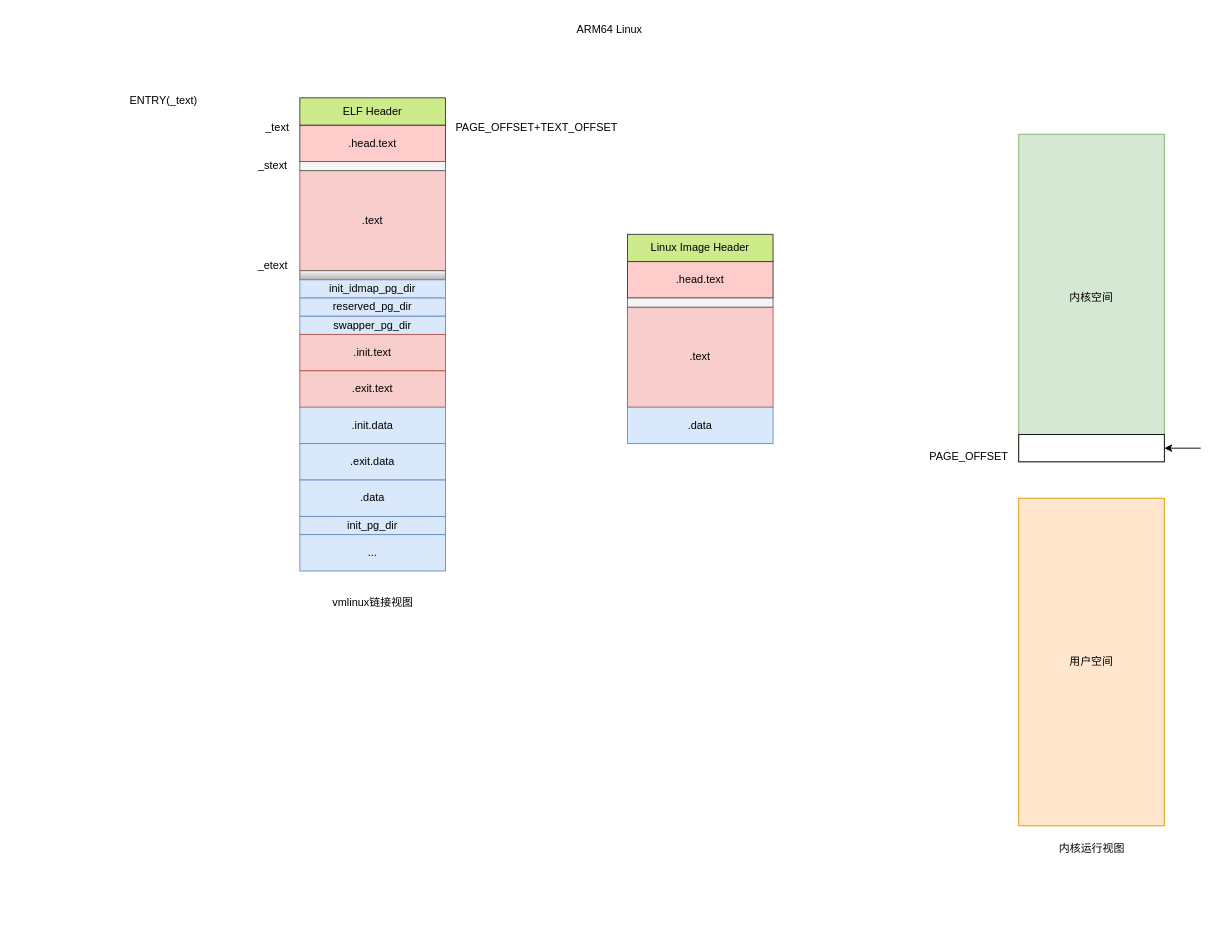
Earlier version of the draw.io diagram page "第 1 页" (1 of 2) of linux/linux_boot.drawio (Aspiresky/draw.io). Source tidied: cells renumbered, new cells numbered last; positions are measured from the earlier drawing's top-left corner, leaving out a move shared by most shapes. Both pictures are drawn from the tidied source at 91%, with x=0, y=0 at pixel (117, 15).
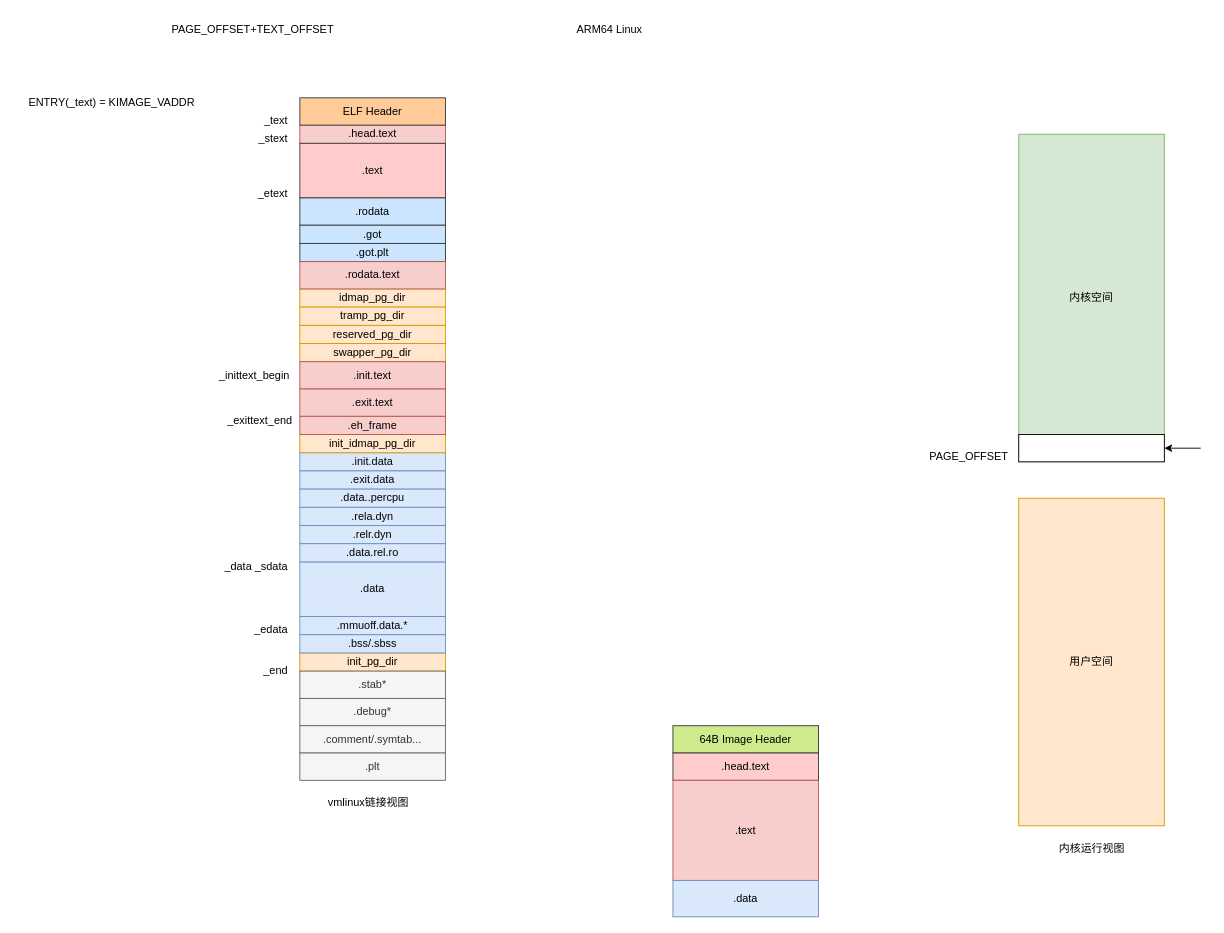
After the change.

The edit, as a diff of the source:
```diff
@@
-    <mxCell id="2" value=".head.text" style="rounded=0;whiteSpace=wrap;html=1;fillColor=#ffcccc;strokeColor=#36393d;" parent="1" vertex="1">
-      <mxGeometry x="200" y="120" width="160" height="40" as="geometry" />
+    <mxCell id="2" value=".head.text" style="rounded=0;whiteSpace=wrap;html=1;fillColor=#f8cecc;strokeColor=#b85450;" parent="1" vertex="1">
+      <mxGeometry x="200" y="120" width="160" height="20" as="geometry" />
     </mxCell>
-    <mxCell id="3" value=".text" style="rounded=0;whiteSpace=wrap;html=1;fillColor=#f8cecc;strokeColor=#b85450;" parent="1" vertex="1">
-      <mxGeometry x="200" y="170" width="160" height="110" as="geometry" />
+    <mxCell id="3" value=".text" style="rounded=0;whiteSpace=wrap;html=1;fillColor=#ffcccc;strokeColor=#36393d;" parent="1" vertex="1">
+      <mxGeometry x="200" y="140" width="160" height="60" as="geometry" />
     </mxCell>
-    <mxCell id="4" value="_text" style="text;html=1;align=center;verticalAlign=middle;strokeColor=none;fillColor=none;" parent="1" vertex="1">
-      <mxGeometry x="150" y="108" width="50" height="30" as="geometry" />
+    <mxCell id="4" value="_text" style="text;html=1;align=right;verticalAlign=middle;strokeColor=none;fillColor=none;" parent="1" vertex="1">
+      <mxGeometry x="138" y="100" width="50" height="30" as="geometry" />
     </mxCell>
-    <mxCell id="5" value="ENTRY(_text)" style="text;html=1;align=center;verticalAlign=middle;strokeColor=none;fillColor=none;" parent="1" vertex="1">
-      <mxGeometry y="78" width="100" height="30" as="geometry" />
+    <mxCell id="5" value="ENTRY(_text) = KIMAGE_VADDR" style="text;html=1;align=center;verticalAlign=middle;strokeColor=none;fillColor=none;" parent="1" vertex="1">
+      <mxGeometry x="-112" y="80" width="210" height="30" as="geometry" />
     </mxCell>
-    <mxCell id="6" value="_stext" style="text;html=1;align=center;verticalAlign=middle;strokeColor=none;fillColor=none;" parent="1" vertex="1">
-      <mxGeometry x="140" y="150" width="60" height="30" as="geometry" />
+    <mxCell id="6" value="_stext" style="text;html=1;align=right;verticalAlign=middle;strokeColor=none;fillColor=none;" parent="1" vertex="1">
+      <mxGeometry x="128" y="120" width="60" height="30" as="geometry" />
     </mxCell>
-    <mxCell id="7" style="rounded=0;whiteSpace=wrap;html=1;fillColor=#f5f5f5;fontColor=#333333;strokeColor=#666666;" parent="1" vertex="1">
-      <mxGeometry x="200" y="160" width="160" height="10" as="geometry" />
-    </mxCell>
-    <mxCell id="8" value="_etext" style="text;html=1;align=center;verticalAlign=middle;strokeColor=none;fillColor=none;" parent="1" vertex="1">
-      <mxGeometry x="140" y="260" width="60" height="30" as="geometry" />
+    <mxCell id="8" value="_etext" style="text;html=1;align=right;verticalAlign=middle;strokeColor=none;fillColor=none;" parent="1" vertex="1">
+      <mxGeometry x="128" y="180" width="60" height="30" as="geometry" />
     </mxCell>
-    <mxCell id="9" style="rounded=0;whiteSpace=wrap;html=1;fillColor=#f5f5f5;gradientColor=#b3b3b3;strokeColor=#666666;" parent="1" vertex="1">
-      <mxGeometry x="200" y="280" width="160" height="10" as="geometry" />
-    </mxCell>
-    <mxCell id="10" value="init_idmap_pg_dir" style="rounded=0;whiteSpace=wrap;html=1;fillColor=#dae8fc;strokeColor=#6c8ebf;" parent="1" vertex="1">
-      <mxGeometry x="200" y="290" width="160" height="20" as="geometry" />
+    <mxCell id="10" value="idmap_pg_dir" style="rounded=0;whiteSpace=wrap;html=1;fillColor=#ffe6cc;strokeColor=#d79b00;" parent="1" vertex="1">
+      <mxGeometry x="200" y="300" width="160" height="20" as="geometry" />
     </mxCell>
-    <mxCell id="11" value="&lt;span style=&quot;white-space: nowrap;&quot;&gt;reserved_pg_dir&lt;/span&gt;" style="rounded=0;whiteSpace=wrap;html=1;fillColor=#dae8fc;strokeColor=#6c8ebf;" parent="1" vertex="1">
-      <mxGeometry x="200" y="310" width="160" height="20" as="geometry" />
+    <mxCell id="11" value="&lt;span style=&quot;white-space: nowrap;&quot;&gt;reserved_pg_dir&lt;/span&gt;" style="rounded=0;whiteSpace=wrap;html=1;fillColor=#ffe6cc;strokeColor=#d79b00;" parent="1" vertex="1">
+      <mxGeometry x="200" y="340" width="160" height="20" as="geometry" />
     </mxCell>
-    <mxCell id="12" value="&lt;span style=&quot;white-space: nowrap;&quot;&gt;swapper_pg_dir&lt;/span&gt;" style="rounded=0;whiteSpace=wrap;html=1;fillColor=#dae8fc;strokeColor=#6c8ebf;" parent="1" vertex="1">
-      <mxGeometry x="200" y="330" width="160" height="20" as="geometry" />
+    <mxCell id="12" value="&lt;span style=&quot;white-space: nowrap;&quot;&gt;swapper_pg_dir&lt;/span&gt;" style="rounded=0;whiteSpace=wrap;html=1;fillColor=#ffe6cc;strokeColor=#d79b00;" parent="1" vertex="1">
+      <mxGeometry x="200" y="360" width="160" height="20" as="geometry" />
     </mxCell>
@@
     <mxCell id="14" value=".init.text" style="rounded=0;whiteSpace=wrap;html=1;fillColor=#f8cecc;strokeColor=#b85450;" parent="1" vertex="1">
-      <mxGeometry x="200" y="350" width="160" height="40" as="geometry" />
+      <mxGeometry x="200" y="380" width="160" height="30" as="geometry" />
     </mxCell>
     <mxCell id="15" value=".exit.text" style="rounded=0;whiteSpace=wrap;html=1;fillColor=#f8cecc;strokeColor=#b85450;" parent="1" vertex="1">
-      <mxGeometry x="200" y="390" width="160" height="40" as="geometry" />
+      <mxGeometry x="200" y="410" width="160" height="30" as="geometry" />
     </mxCell>
     <mxCell id="16" value=".init.data" style="rounded=0;whiteSpace=wrap;html=1;fillColor=#dae8fc;strokeColor=#6c8ebf;" parent="1" vertex="1">
-      <mxGeometry x="200" y="430" width="160" height="40" as="geometry" />
+      <mxGeometry x="200" y="480" width="160" height="20" as="geometry" />
     </mxCell>
     <mxCell id="17" value=".exit.data" style="rounded=0;whiteSpace=wrap;html=1;fillColor=#dae8fc;strokeColor=#6c8ebf;" parent="1" vertex="1">
-      <mxGeometry x="200" y="470" width="160" height="40" as="geometry" />
+      <mxGeometry x="200" y="500" width="160" height="20" as="geometry" />
     </mxCell>
     <mxCell id="18" value=".data" style="rounded=0;whiteSpace=wrap;html=1;fillColor=#dae8fc;strokeColor=#6c8ebf;" parent="1" vertex="1">
-      <mxGeometry x="200" y="510" width="160" height="40" as="geometry" />
+      <mxGeometry x="200" y="600" width="160" height="60" as="geometry" />
     </mxCell>
-    <mxCell id="19" value="init_pg_dir" style="rounded=0;whiteSpace=wrap;html=1;fillColor=#dae8fc;strokeColor=#6c8ebf;" parent="1" vertex="1">
-      <mxGeometry x="200" y="550" width="160" height="20" as="geometry" />
+    <mxCell id="19" value="init_pg_dir" style="rounded=0;whiteSpace=wrap;html=1;fillColor=#ffe6cc;strokeColor=#d79b00;" parent="1" vertex="1">
+      <mxGeometry x="200" y="700" width="160" height="20" as="geometry" />
     </mxCell>
@@
     <mxCell id="23" value="vmlinux链接视图" style="text;html=1;align=center;verticalAlign=middle;strokeColor=none;fillColor=none;" parent="1" vertex="1">
-      <mxGeometry x="225" y="630" width="110" height="30" as="geometry" />
+      <mxGeometry x="220" y="850" width="110" height="30" as="geometry" />
     </mxCell>
@@
     <mxCell id="27" value="PAGE_OFFSET+TEXT_OFFSET" style="text;html=1;align=center;verticalAlign=middle;strokeColor=none;fillColor=none;" parent="1" vertex="1">
-      <mxGeometry x="360" y="108" width="200" height="30" as="geometry" />
+      <mxGeometry x="48" width="200" height="30" as="geometry" />
     </mxCell>
-    <mxCell id="28" value="ELF Header" style="rounded=0;whiteSpace=wrap;html=1;fillColor=#cdeb8b;strokeColor=#36393d;" parent="1" vertex="1">
+    <mxCell id="28" value="ELF Header" style="rounded=0;whiteSpace=wrap;html=1;fillColor=#ffcc99;strokeColor=#36393d;" parent="1" vertex="1">
       <mxGeometry x="200" y="90" width="160" height="30" as="geometry" />
     </mxCell>
-    <mxCell id="29" value="..." style="rounded=0;whiteSpace=wrap;html=1;fillColor=#dae8fc;strokeColor=#6c8ebf;" parent="1" vertex="1">
-      <mxGeometry x="200" y="570" width="160" height="40" as="geometry" />
+    <mxCell id="29" value=".stab*" style="rounded=0;whiteSpace=wrap;html=1;fillColor=#f5f5f5;strokeColor=#666666;fontColor=#333333;" parent="1" vertex="1">
+      <mxGeometry x="200" y="720" width="160" height="30" as="geometry" />
     </mxCell>
-    <mxCell id="30" value="Linux Image Header" style="rounded=0;whiteSpace=wrap;html=1;fillColor=#cdeb8b;strokeColor=#36393d;" parent="1" vertex="1">
-      <mxGeometry x="560" y="240" width="160" height="30" as="geometry" />
+    <mxCell id="30" value="64B Image Header" style="rounded=0;whiteSpace=wrap;html=1;fillColor=#cdeb8b;strokeColor=#36393d;" parent="1" vertex="1">
+      <mxGeometry x="610" y="780" width="160" height="30" as="geometry" />
     </mxCell>
     <mxCell id="31" value=".head.text" style="rounded=0;whiteSpace=wrap;html=1;fillColor=#ffcccc;strokeColor=#36393d;" parent="1" vertex="1">
-      <mxGeometry x="560" y="270" width="160" height="40" as="geometry" />
+      <mxGeometry x="610" y="810" width="160" height="30" as="geometry" />
     </mxCell>
     <mxCell id="32" value=".text" style="rounded=0;whiteSpace=wrap;html=1;fillColor=#f8cecc;strokeColor=#b85450;" parent="1" vertex="1">
-      <mxGeometry x="560" y="320" width="160" height="110" as="geometry" />
+      <mxGeometry x="610" y="840" width="160" height="110" as="geometry" />
     </mxCell>
-    <mxCell id="33" style="rounded=0;whiteSpace=wrap;html=1;fillColor=#f5f5f5;fontColor=#333333;strokeColor=#666666;" parent="1" vertex="1">
-      <mxGeometry x="560" y="310" width="160" height="10" as="geometry" />
-    </mxCell>
     <mxCell id="34" value=".data" style="rounded=0;whiteSpace=wrap;html=1;fillColor=#dae8fc;strokeColor=#6c8ebf;" parent="1" vertex="1">
-      <mxGeometry x="560" y="430" width="160" height="40" as="geometry" />
+      <mxGeometry x="610" y="950" width="160" height="40" as="geometry" />
     </mxCell>
+    <mxCell id="35" value="init_idmap_pg_dir" style="rounded=0;whiteSpace=wrap;html=1;fillColor=#ffe6cc;strokeColor=#d79b00;" parent="1" vertex="1">
+      <mxGeometry x="200" y="460" width="160" height="20" as="geometry" />
+    </mxCell>
+    <mxCell id="36" value=".data..percpu" style="rounded=0;whiteSpace=wrap;html=1;fillColor=#dae8fc;strokeColor=#6c8ebf;" parent="1" vertex="1">
+      <mxGeometry x="200" y="520" width="160" height="20" as="geometry" />
+    </mxCell>
+    <mxCell id="37" value=".rela.dyn" style="rounded=0;whiteSpace=wrap;html=1;fillColor=#dae8fc;strokeColor=#6c8ebf;" parent="1" vertex="1">
+      <mxGeometry x="200" y="540" width="160" height="20" as="geometry" />
+    </mxCell>
+    <mxCell id="38" value=".relr.dyn" style="rounded=0;whiteSpace=wrap;html=1;fillColor=#dae8fc;strokeColor=#6c8ebf;" parent="1" vertex="1">
+      <mxGeometry x="200" y="560" width="160" height="20" as="geometry" />
+    </mxCell>
+    <mxCell id="39" value=".debug*" style="rounded=0;whiteSpace=wrap;html=1;fillColor=#f5f5f5;strokeColor=#666666;fontColor=#333333;" parent="1" vertex="1">
+      <mxGeometry x="200" y="750" width="160" height="30" as="geometry" />
+    </mxCell>
+    <mxCell id="40" value=".comment/.symtab..." style="rounded=0;whiteSpace=wrap;html=1;fillColor=#f5f5f5;strokeColor=#666666;fontColor=#333333;" parent="1" vertex="1">
+      <mxGeometry x="200" y="780" width="160" height="30" as="geometry" />
+    </mxCell>
+    <mxCell id="41" value=".plt" style="rounded=0;whiteSpace=wrap;html=1;fillColor=#f5f5f5;strokeColor=#666666;fontColor=#333333;" parent="1" vertex="1">
+      <mxGeometry x="200" y="810" width="160" height="30" as="geometry" />
+    </mxCell>
+    <mxCell id="42" value=".rodata" style="rounded=0;whiteSpace=wrap;html=1;fillColor=#cce5ff;strokeColor=#36393d;" parent="1" vertex="1">
+      <mxGeometry x="200" y="200" width="160" height="30" as="geometry" />
+    </mxCell>
+    <mxCell id="43" value=".got" style="rounded=0;whiteSpace=wrap;html=1;fillColor=#cce5ff;strokeColor=#36393d;" parent="1" vertex="1">
+      <mxGeometry x="200" y="230" width="160" height="20" as="geometry" />
+    </mxCell>
+    <mxCell id="44" value=".got.plt" style="rounded=0;whiteSpace=wrap;html=1;fillColor=#cce5ff;strokeColor=#36393d;" parent="1" vertex="1">
+      <mxGeometry x="200" y="250" width="160" height="20" as="geometry" />
+    </mxCell>
+    <mxCell id="45" value=".rodata.text" style="rounded=0;whiteSpace=wrap;html=1;fillColor=#f8cecc;strokeColor=#b85450;" parent="1" vertex="1">
+      <mxGeometry x="200" y="270" width="160" height="30" as="geometry" />
+    </mxCell>
+    <mxCell id="46" value="tramp_pg_dir" style="rounded=0;whiteSpace=wrap;html=1;fillColor=#ffe6cc;strokeColor=#d79b00;" parent="1" vertex="1">
+      <mxGeometry x="200" y="320" width="160" height="20" as="geometry" />
+    </mxCell>
+    <mxCell id="47" value=".eh_frame" style="rounded=0;whiteSpace=wrap;html=1;fillColor=#f8cecc;strokeColor=#b85450;" parent="1" vertex="1">
+      <mxGeometry x="200" y="440" width="160" height="20" as="geometry" />
+    </mxCell>
+    <mxCell id="48" value="_data _sdata" style="text;html=1;align=right;verticalAlign=middle;strokeColor=none;fillColor=none;" parent="1" vertex="1">
+      <mxGeometry x="98" y="590" width="90" height="30" as="geometry" />
+    </mxCell>
+    <mxCell id="49" value=".data.rel.ro" style="rounded=0;whiteSpace=wrap;html=1;fillColor=#dae8fc;strokeColor=#6c8ebf;" parent="1" vertex="1">
+      <mxGeometry x="200" y="580" width="160" height="20" as="geometry" />
+    </mxCell>
+    <mxCell id="50" value=".mmuoff.data.*" style="rounded=0;whiteSpace=wrap;html=1;fillColor=#dae8fc;strokeColor=#6c8ebf;" parent="1" vertex="1">
+      <mxGeometry x="200" y="660" width="160" height="20" as="geometry" />
+    </mxCell>
+    <mxCell id="51" value=".bss/.sbss" style="rounded=0;whiteSpace=wrap;html=1;fillColor=#dae8fc;strokeColor=#6c8ebf;" parent="1" vertex="1">
+      <mxGeometry x="200" y="680" width="160" height="20" as="geometry" />
+    </mxCell>
+    <mxCell id="52" value="_end" style="text;html=1;align=right;verticalAlign=middle;strokeColor=none;fillColor=none;" parent="1" vertex="1">
+      <mxGeometry x="138" y="705" width="50" height="30" as="geometry" />
+    </mxCell>
+    <mxCell id="53" value="_edata" style="text;html=1;align=right;verticalAlign=middle;strokeColor=none;fillColor=none;" parent="1" vertex="1">
+      <mxGeometry x="128" y="660" width="60" height="30" as="geometry" />
+    </mxCell>
+    <mxCell id="54" value="_exittext_end" style="text;html=1;align=right;verticalAlign=middle;strokeColor=none;fillColor=none;" parent="1" vertex="1">
+      <mxGeometry x="103" y="430" width="90" height="30" as="geometry" />
+    </mxCell>
+    <mxCell id="55" value="_inittext_begin" style="text;html=1;align=right;verticalAlign=middle;strokeColor=none;fillColor=none;" parent="1" vertex="1">
+      <mxGeometry x="90" y="380" width="100" height="30" as="geometry" />
+    </mxCell>
```
